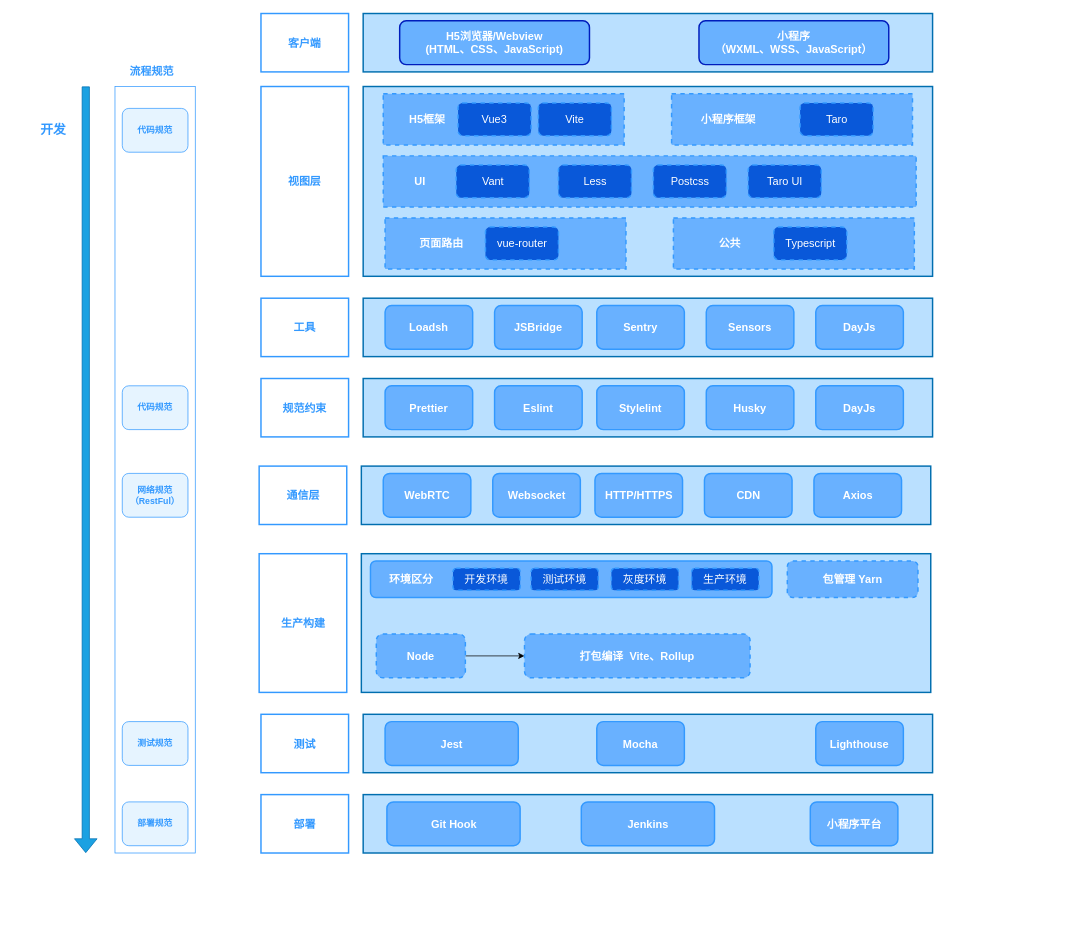
Above: 前端架构图.drawio in huangyijan/ImageRepository (draw.io), before the change. Source tidied: cells renumbered, new cells numbered last; positions are measured from the earlier drawing's top-left corner, leaving out a move shared by most shapes. Both pictures are drawn from the tidied source at 73%, with x=0, y=0 at pixel (31, 13).
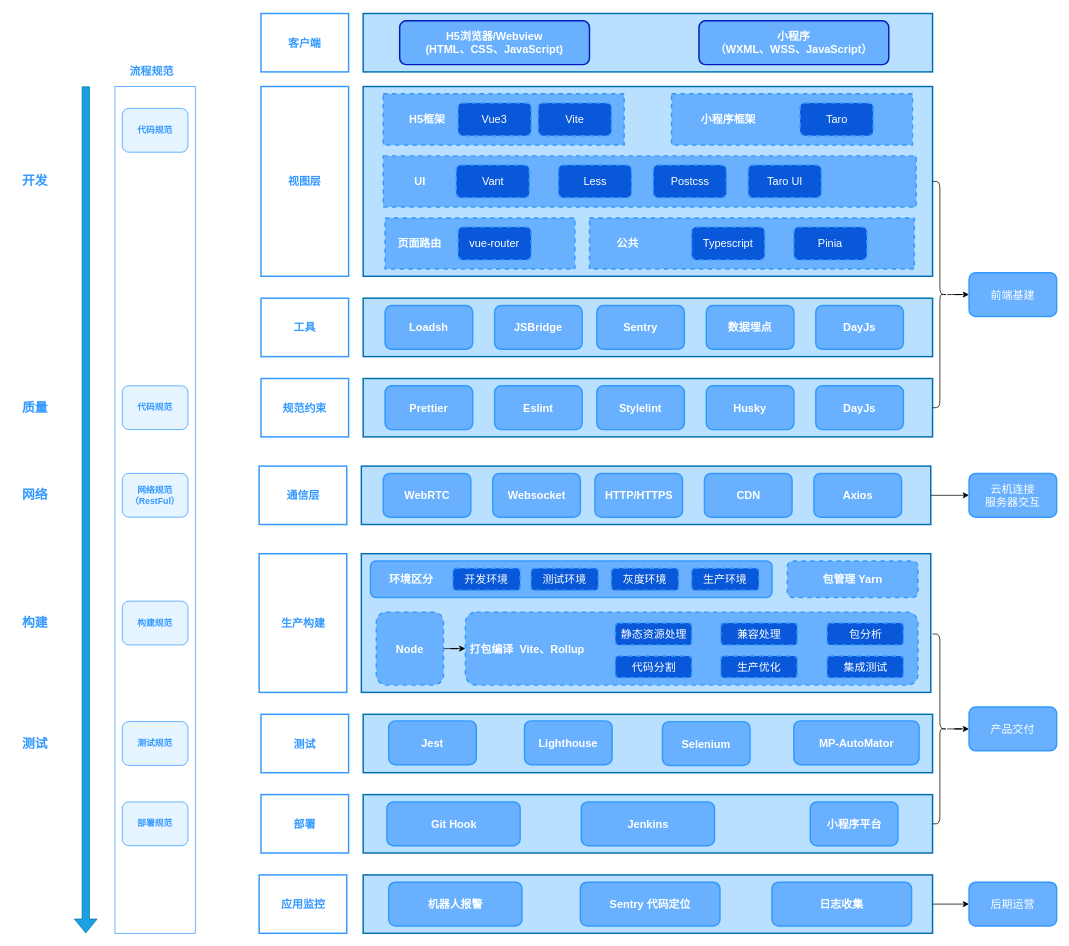
The same diagram, later.

Commit message:
更新前端架构图.drawio

The change refers to these unchanged cells:
```xml
<mxCell id="37" style="rounded=0;whiteSpace=wrap;html=1;strokeColor=#006EAF;strokeWidth=2;fontSize=15;fontColor=#ffffff;align=center;fillColor=#bae0ff;" parent="1" vertex="1">
  <mxGeometry x="452.5" y="620" width="780" height="80" as="geometry" />
</mxCell>
```

Change to the diagram source:
```diff
@@
     <mxCell id="2" style="shape=flexArrow;endArrow=classic;html=1;rounded=0;fillColor=#1ba1e2;strokeColor=#006EAF;" parent="1" edge="1">
       <mxGeometry relative="1" as="geometry">
         <mxPoint x="75" y="100" as="sourcePoint" />
-        <mxPoint x="75" y="1150" as="targetPoint" />
+        <mxPoint x="75" y="1260" as="targetPoint" />
       </mxGeometry>
     </mxCell>
     <mxCell id="3" style="rounded=0;whiteSpace=wrap;html=1;strokeColor=#3399FF;strokeWidth=1;" parent="1" vertex="1">
-      <mxGeometry x="115" y="100" width="110" height="1050" as="geometry" />
+      <mxGeometry x="115" y="100" width="110" height="1160" as="geometry" />
     </mxCell>
@@
     <mxCell id="6" value="&lt;h3&gt;&lt;b&gt;开发&lt;/b&gt;&lt;/h3&gt;" style="text;html=1;align=center;verticalAlign=middle;strokeColor=none;fillColor=none;fontSize=15;fontColor=#3399FF;" parent="1" vertex="1">
-      <mxGeometry y="125" width="60" height="70" as="geometry" />
+      <mxGeometry x="-25" y="195" width="60" height="70" as="geometry" />
     </mxCell>
@@
     <mxCell id="26" style="rounded=0;whiteSpace=wrap;html=1;strokeColor=#3399FF;strokeWidth=2;fontSize=15;fontColor=#FFFFFF;fillColor=#69b1ff;dashed=1;" parent="1" vertex="1">
-      <mxGeometry x="485" y="280" width="330" height="70" as="geometry" />
+      <mxGeometry x="485" y="280" width="260" height="70" as="geometry" />
     </mxCell>
     <mxCell id="27" value="&lt;b&gt;页面路由&lt;/b&gt;" style="text;html=1;strokeColor=none;fillColor=none;align=center;verticalAlign=middle;whiteSpace=wrap;rounded=0;dashed=1;strokeWidth=2;fontSize=15;fontColor=#FFFFFF;" parent="1" vertex="1">
-      <mxGeometry x="515" y="300" width="95" height="30" as="geometry" />
+      <mxGeometry x="485" y="300" width="95" height="30" as="geometry" />
     </mxCell>
     <mxCell id="28" value="vue-router" style="rounded=1;whiteSpace=wrap;html=1;dashed=1;strokeColor=#3399FF;strokeWidth=2;fontSize=15;fontColor=#FFFFFF;fillColor=#0958d9;" parent="1" vertex="1">
-      <mxGeometry x="622.5" y="292.5" width="100" height="45" as="geometry" />
+      <mxGeometry x="585" y="292.5" width="100" height="45" as="geometry" />
     </mxCell>
@@
-    <mxCell id="34" value="&lt;font color=&quot;#ffffff&quot;&gt;&lt;b&gt;Sensors&lt;/b&gt;&lt;/font&gt;" style="rounded=1;whiteSpace=wrap;html=1;strokeColor=#3399FF;strokeWidth=2;fontSize=15;fontColor=#3399FF;fillColor=#69b1ff;" parent="1" vertex="1">
+    <mxCell id="34" value="&lt;font color=&quot;#ffffff&quot;&gt;&lt;b&gt;数据埋点&lt;/b&gt;&lt;/font&gt;" style="rounded=1;whiteSpace=wrap;html=1;strokeColor=#3399FF;strokeWidth=2;fontSize=15;fontColor=#3399FF;fillColor=#69b1ff;" parent="1" vertex="1">
       <mxGeometry x="925" y="400" width="120" height="60" as="geometry" />
     </mxCell>
@@
     <mxCell id="50" style="rounded=0;whiteSpace=wrap;html=1;strokeColor=#3399FF;strokeWidth=2;fontSize=15;fontColor=#FFFFFF;fillColor=#69b1ff;dashed=1;" parent="1" vertex="1">
-      <mxGeometry x="880" y="280" width="330" height="70" as="geometry" />
+      <mxGeometry x="765" y="280" width="445" height="70" as="geometry" />
     </mxCell>
     <mxCell id="51" value="&lt;b&gt;公共&lt;/b&gt;" style="text;html=1;strokeColor=none;fillColor=none;align=center;verticalAlign=middle;whiteSpace=wrap;rounded=0;dashed=1;strokeWidth=2;fontSize=15;fontColor=#FFFFFF;" parent="1" vertex="1">
-      <mxGeometry x="910" y="300" width="95" height="30" as="geometry" />
+      <mxGeometry x="770" y="300" width="95" height="30" as="geometry" />
     </mxCell>
     <mxCell id="52" value="Typescript" style="rounded=1;whiteSpace=wrap;html=1;dashed=1;strokeColor=#3399FF;strokeWidth=2;fontSize=15;fontColor=#FFFFFF;fillColor=#0958d9;" parent="1" vertex="1">
-      <mxGeometry x="1017.5" y="292.5" width="100" height="45" as="geometry" />
+      <mxGeometry x="905" y="292.5" width="100" height="45" as="geometry" />
     </mxCell>
@@
-    <mxCell id="56" value="&lt;font color=&quot;#ffffff&quot;&gt;&lt;b&gt;Jest&lt;/b&gt;&lt;/font&gt;" style="rounded=1;whiteSpace=wrap;html=1;strokeColor=#3399FF;strokeWidth=2;fontSize=15;fontColor=#3399FF;fillColor=#69b1ff;" parent="1" vertex="1">
-      <mxGeometry x="485" y="970" width="182.5" height="60" as="geometry" />
-    </mxCell>
-    <mxCell id="57" value="&lt;font color=&quot;#ffffff&quot;&gt;&lt;b&gt;Mocha&lt;/b&gt;&lt;/font&gt;" style="rounded=1;whiteSpace=wrap;html=1;strokeColor=#3399FF;strokeWidth=2;fontSize=15;fontColor=#3399FF;fillColor=#69b1ff;" parent="1" vertex="1">
-      <mxGeometry x="775" y="970" width="120" height="60" as="geometry" />
+    <mxCell id="57" value="&lt;font color=&quot;#ffffff&quot;&gt;&lt;b&gt;Selenium&lt;/b&gt;&lt;/font&gt;" style="rounded=1;whiteSpace=wrap;html=1;strokeColor=#3399FF;strokeWidth=2;fontSize=15;fontColor=#3399FF;fillColor=#69b1ff;" parent="1" vertex="1">
+      <mxGeometry x="865" y="970" width="120" height="60" as="geometry" />
     </mxCell>
     <mxCell id="58" value="&lt;font color=&quot;#ffffff&quot;&gt;&lt;b&gt;Lighthouse&lt;/b&gt;&lt;/font&gt;" style="rounded=1;whiteSpace=wrap;html=1;strokeColor=#3399FF;strokeWidth=2;fontSize=15;fontColor=#3399FF;fillColor=#69b1ff;" parent="1" vertex="1">
-      <mxGeometry x="1075" y="970" width="120" height="60" as="geometry" />
+      <mxGeometry x="676" y="969" width="120" height="60" as="geometry" />
     </mxCell>
@@
     <mxCell id="77" value="&lt;b&gt;&lt;font color=&quot;#ffffff&quot;&gt;Node&lt;/font&gt;&lt;/b&gt;" style="rounded=1;whiteSpace=wrap;html=1;dashed=1;strokeColor=#3399FF;strokeWidth=2;fontSize=15;fontColor=#3399FF;fillColor=#69b1ff;" parent="1" vertex="1">
-      <mxGeometry x="473" y="850" width="122" height="60" as="geometry" />
+      <mxGeometry x="473" y="820" width="92" height="100" as="geometry" />
     </mxCell>
-    <mxCell id="78" value="&lt;b&gt;&lt;font color=&quot;#ffffff&quot;&gt;打包编译&lt;span style=&quot;white-space: pre;&quot;&gt; &lt;/span&gt;&lt;span style=&quot;white-space: pre;&quot;&gt; &lt;/span&gt;Vite、Rollup&lt;/font&gt;&lt;/b&gt;" style="whiteSpace=wrap;html=1;fontSize=15;fillColor=#69b1ff;strokeColor=#3399FF;fontColor=#3399FF;rounded=1;dashed=1;strokeWidth=2;" parent="1" vertex="1">
-      <mxGeometry x="676" y="850" width="309" height="60" as="geometry" />
+    <mxCell id="78" value="&lt;b&gt;&lt;font color=&quot;#ffffff&quot;&gt;&lt;span style=&quot;white-space: pre;&quot;&gt; &lt;/span&gt;打包编译&lt;span style=&quot;white-space: pre;&quot;&gt; &lt;/span&gt;&lt;span style=&quot;white-space: pre;&quot;&gt; &lt;/span&gt;Vite、Rollup&lt;/font&gt;&lt;/b&gt;" style="whiteSpace=wrap;html=1;fontSize=15;fillColor=#69b1ff;strokeColor=#3399FF;fontColor=#3399FF;rounded=1;dashed=1;strokeWidth=2;align=left;" parent="1" vertex="1">
+      <mxGeometry x="595" y="820" width="620" height="100" as="geometry" />
     </mxCell>
+    <mxCell id="79" value="&lt;font color=&quot;#ffffff&quot;&gt;&lt;b&gt;MP-AutoMator&lt;/b&gt;&lt;/font&gt;" style="rounded=1;whiteSpace=wrap;html=1;strokeColor=#3399FF;strokeWidth=2;fontSize=15;fontColor=#3399FF;fillColor=#69b1ff;" parent="1" vertex="1">
+      <mxGeometry x="1045" y="969" width="171.5" height="60" as="geometry" />
+    </mxCell>
+    <mxCell id="56" value="&lt;font color=&quot;#ffffff&quot;&gt;&lt;b&gt;Jest&lt;/b&gt;&lt;/font&gt;" style="rounded=1;whiteSpace=wrap;html=1;strokeColor=#3399FF;strokeWidth=2;fontSize=15;fontColor=#3399FF;fillColor=#69b1ff;" parent="1" vertex="1">
+      <mxGeometry x="490" y="969" width="120" height="60" as="geometry" />
+    </mxCell>
+    <mxCell id="80" value="静态资源处理" style="rounded=1;whiteSpace=wrap;html=1;dashed=1;strokeColor=#3399FF;strokeWidth=2;fontSize=15;fontColor=#FFFFFF;fillColor=#0958d9;" parent="1" vertex="1">
+      <mxGeometry x="800.5" y="835" width="104.5" height="30" as="geometry" />
+    </mxCell>
+    <mxCell id="81" value="兼容处理" style="rounded=1;whiteSpace=wrap;html=1;dashed=1;strokeColor=#3399FF;strokeWidth=2;fontSize=15;fontColor=#FFFFFF;fillColor=#0958d9;" parent="1" vertex="1">
+      <mxGeometry x="945" y="835" width="104.5" height="30" as="geometry" />
+    </mxCell>
+    <mxCell id="82" value="包分析" style="rounded=1;whiteSpace=wrap;html=1;dashed=1;strokeColor=#3399FF;strokeWidth=2;fontSize=15;fontColor=#FFFFFF;fillColor=#0958d9;" parent="1" vertex="1">
+      <mxGeometry x="1090.5" y="835" width="104.5" height="30" as="geometry" />
+    </mxCell>
+    <mxCell id="83" value="代码分割" style="rounded=1;whiteSpace=wrap;html=1;dashed=1;strokeColor=#3399FF;strokeWidth=2;fontSize=15;fontColor=#FFFFFF;fillColor=#0958d9;" parent="1" vertex="1">
+      <mxGeometry x="800.5" y="880" width="104.5" height="30" as="geometry" />
+    </mxCell>
+    <mxCell id="84" value="生产优化" style="rounded=1;whiteSpace=wrap;html=1;dashed=1;strokeColor=#3399FF;strokeWidth=2;fontSize=15;fontColor=#FFFFFF;fillColor=#0958d9;" parent="1" vertex="1">
+      <mxGeometry x="945" y="880" width="104.5" height="30" as="geometry" />
+    </mxCell>
+    <mxCell id="85" value="集成测试" style="rounded=1;whiteSpace=wrap;html=1;dashed=1;strokeColor=#3399FF;strokeWidth=2;fontSize=15;fontColor=#FFFFFF;fillColor=#0958d9;" parent="1" vertex="1">
+      <mxGeometry x="1090.5" y="880" width="104.5" height="30" as="geometry" />
+    </mxCell>
+    <mxCell id="86" value="Pinia" style="rounded=1;whiteSpace=wrap;html=1;dashed=1;strokeColor=#3399FF;strokeWidth=2;fontSize=15;fontColor=#FFFFFF;fillColor=#0958d9;" parent="1" vertex="1">
+      <mxGeometry x="1045" y="292.5" width="100" height="45" as="geometry" />
+    </mxCell>
+    <mxCell id="87" value="&lt;font color=&quot;#3399ff&quot;&gt;&lt;b&gt;构建规范&lt;/b&gt;&lt;/font&gt;" style="rounded=1;whiteSpace=wrap;html=1;strokeColor=#3399FF;fillColor=#e6f4ff;" parent="1" vertex="1">
+      <mxGeometry x="125" y="805" width="90" height="60" as="geometry" />
+    </mxCell>
+    <mxCell id="88" value="&lt;h3&gt;&lt;b&gt;构建&lt;/b&gt;&lt;/h3&gt;" style="text;html=1;align=center;verticalAlign=middle;strokeColor=none;fillColor=none;fontSize=15;fontColor=#3399FF;" parent="1" vertex="1">
+      <mxGeometry x="-25" y="800" width="60" height="70" as="geometry" />
+    </mxCell>
+    <mxCell id="89" value="&lt;h3&gt;&lt;b&gt;测试&lt;/b&gt;&lt;/h3&gt;" style="text;html=1;align=center;verticalAlign=middle;strokeColor=none;fillColor=none;fontSize=15;fontColor=#3399FF;" parent="1" vertex="1">
+      <mxGeometry x="-25" y="965" width="60" height="70" as="geometry" />
+    </mxCell>
+    <mxCell id="90" value="&lt;h3&gt;网络&lt;/h3&gt;" style="text;html=1;align=center;verticalAlign=middle;strokeColor=none;fillColor=none;fontSize=15;fontColor=#3399FF;" parent="1" vertex="1">
+      <mxGeometry x="-25" y="625" width="60" height="70" as="geometry" />
+    </mxCell>
+    <mxCell id="91" value="&lt;h3&gt;质量&lt;/h3&gt;" style="text;html=1;align=center;verticalAlign=middle;strokeColor=none;fillColor=none;fontSize=15;fontColor=#3399FF;" parent="1" vertex="1">
+      <mxGeometry x="-25" y="505" width="60" height="70" as="geometry" />
+    </mxCell>
+    <mxCell id="92" style="edgeStyle=orthogonalEdgeStyle;rounded=0;jettySize=auto;html=1;" parent="1" edge="1" source="93" target="94">
+      <mxGeometry relative="1" as="geometry" />
+    </mxCell>
+    <mxCell id="93" style="shape=curlyBracket;whiteSpace=wrap;html=1;rounded=1;flipH=1;labelPosition=right;verticalLabelPosition=middle;align=left;verticalAlign=middle;" parent="1" vertex="1">
+      <mxGeometry x="1235" y="230" width="20" height="310" as="geometry" />
+    </mxCell>
+    <mxCell id="94" value="&lt;font color=&quot;#ffffff&quot;&gt;前端基建&lt;/font&gt;" style="whiteSpace=wrap;html=1;align=center;rounded=1;fillColor=#69b1ff;fontSize=15;strokeColor=#3399FF;fontColor=#3399FF;strokeWidth=2;" parent="1" vertex="1">
+      <mxGeometry x="1285" y="355" width="120" height="60" as="geometry" />
+    </mxCell>
+    <mxCell id="95" style="endArrow=classic;html=1;rounded=0;fontColor=#FFFFFF;entryX=0;entryY=0.5;entryDx=0;entryDy=0;" parent="1" edge="1" source="37" target="96">
+      <mxGeometry relative="1" as="geometry" />
+    </mxCell>
+    <mxCell id="96" value="&lt;font color=&quot;#ffffff&quot;&gt;云机连接&lt;br&gt;服务器交互&lt;br&gt;&lt;/font&gt;" style="whiteSpace=wrap;html=1;align=center;rounded=1;fillColor=#69b1ff;fontSize=15;strokeColor=#3399FF;fontColor=#3399FF;strokeWidth=2;" parent="1" vertex="1">
+      <mxGeometry x="1285" y="630" width="120" height="60" as="geometry" />
+    </mxCell>
+    <mxCell id="97" style="edgeStyle=orthogonalEdgeStyle;rounded=0;jettySize=auto;html=1;fontColor=#FFFFFF;" parent="1" edge="1" source="98" target="99">
+      <mxGeometry relative="1" as="geometry" />
+    </mxCell>
+    <mxCell id="98" style="shape=curlyBracket;whiteSpace=wrap;html=1;rounded=1;flipH=1;labelPosition=right;verticalLabelPosition=middle;align=left;verticalAlign=middle;fontColor=#FFFFFF;fillColor=#66B2FF;" parent="1" vertex="1">
+      <mxGeometry x="1235" y="850" width="20" height="260" as="geometry" />
+    </mxCell>
+    <mxCell id="99" value="&lt;font color=&quot;#ffffff&quot;&gt;产品交付&lt;/font&gt;" style="whiteSpace=wrap;html=1;align=center;fillColor=#69b1ff;fontColor=#3399FF;rounded=1;fontSize=15;strokeColor=#3399FF;strokeWidth=2;" parent="1" vertex="1">
+      <mxGeometry x="1285" y="950" width="120" height="60" as="geometry" />
+    </mxCell>
+    <mxCell id="100" value="&lt;b&gt;应用监控&lt;/b&gt;" style="rounded=0;whiteSpace=wrap;html=1;strokeColor=#3399FF;strokeWidth=2;fontSize=15;fontColor=#3399FF;" parent="1" vertex="1">
+      <mxGeometry x="312.5" y="1180" width="120" height="80" as="geometry" />
+    </mxCell>
+    <mxCell id="101" style="rounded=0;whiteSpace=wrap;html=1;strokeColor=#006EAF;strokeWidth=2;fontSize=15;fontColor=#ffffff;align=center;fillColor=#bae0ff;" parent="1" vertex="1">
+      <mxGeometry x="455" y="1180" width="780" height="80" as="geometry" />
+    </mxCell>
+    <mxCell id="102" value="&lt;font color=&quot;#ffffff&quot;&gt;&lt;b&gt;机器人报警&lt;/b&gt;&lt;/font&gt;" style="rounded=1;whiteSpace=wrap;html=1;strokeColor=#3399FF;strokeWidth=2;fontSize=15;fontColor=#3399FF;fillColor=#69b1ff;" parent="1" vertex="1">
+      <mxGeometry x="490" y="1190" width="182.5" height="60" as="geometry" />
+    </mxCell>
+    <mxCell id="103" value="&lt;font color=&quot;#ffffff&quot;&gt;&lt;b&gt;Sentry 代码定位&lt;/b&gt;&lt;/font&gt;" style="rounded=1;whiteSpace=wrap;html=1;strokeColor=#3399FF;strokeWidth=2;fontSize=15;fontColor=#3399FF;fillColor=#69b1ff;" parent="1" vertex="1">
+      <mxGeometry x="752.5" y="1190" width="191.2" height="60" as="geometry" />
+    </mxCell>
+    <mxCell id="104" value="&lt;font color=&quot;#ffffff&quot;&gt;&lt;b&gt;日志收集&lt;/b&gt;&lt;/font&gt;" style="rounded=1;whiteSpace=wrap;html=1;strokeColor=#3399FF;strokeWidth=2;fontSize=15;fontColor=#3399FF;fillColor=#69b1ff;" parent="1" vertex="1">
+      <mxGeometry x="1015" y="1190" width="191.2" height="60" as="geometry" />
+    </mxCell>
+    <mxCell id="105" style="endArrow=classic;html=1;rounded=0;fontColor=#FFFFFF;exitX=1;exitY=0.5;exitDx=0;exitDy=0;" parent="1" edge="1" source="101">
+      <mxGeometry relative="1" as="geometry">
+        <mxPoint x="1285" y="1220" as="targetPoint" />
+      </mxGeometry>
+    </mxCell>
+    <mxCell id="106" value="&lt;font color=&quot;#ffffff&quot;&gt;后期运营&lt;/font&gt;" style="whiteSpace=wrap;html=1;align=center;fillColor=#69b1ff;fontColor=#3399FF;rounded=1;fontSize=15;strokeColor=#3399FF;strokeWidth=2;" parent="1" vertex="1">
+      <mxGeometry x="1285" y="1190" width="120" height="60" as="geometry" />
+    </mxCell>
```
